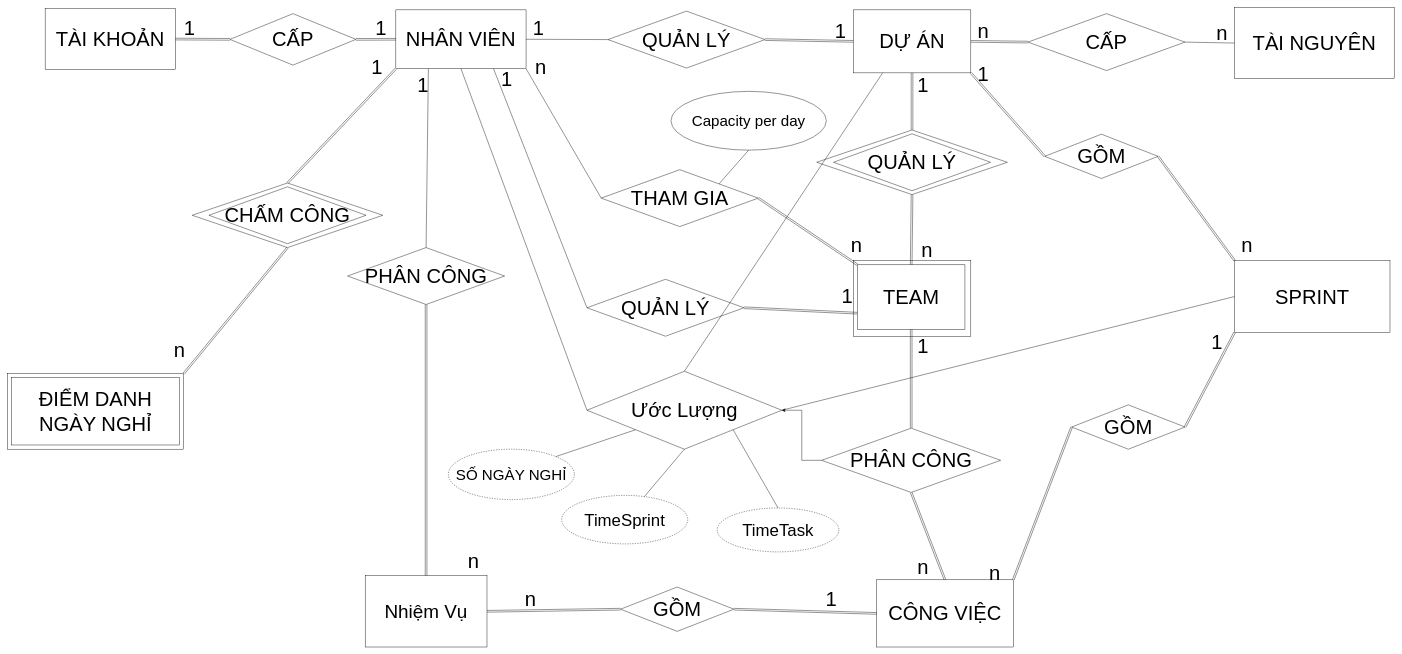
This is page "Mối Kết Hợp" (1 of 2) of model/Relation_ERD.drawio from Narius2030/Project-Management-App, a draw.io file, before an edit. Source tidied: cells renumbered, new cells numbered last; positions are measured from the earlier drawing's top-left corner, leaving out a move shared by most shapes. Both pictures are drawn from the tidied source at 42%, with x=0, y=0 at pixel (7, 7).
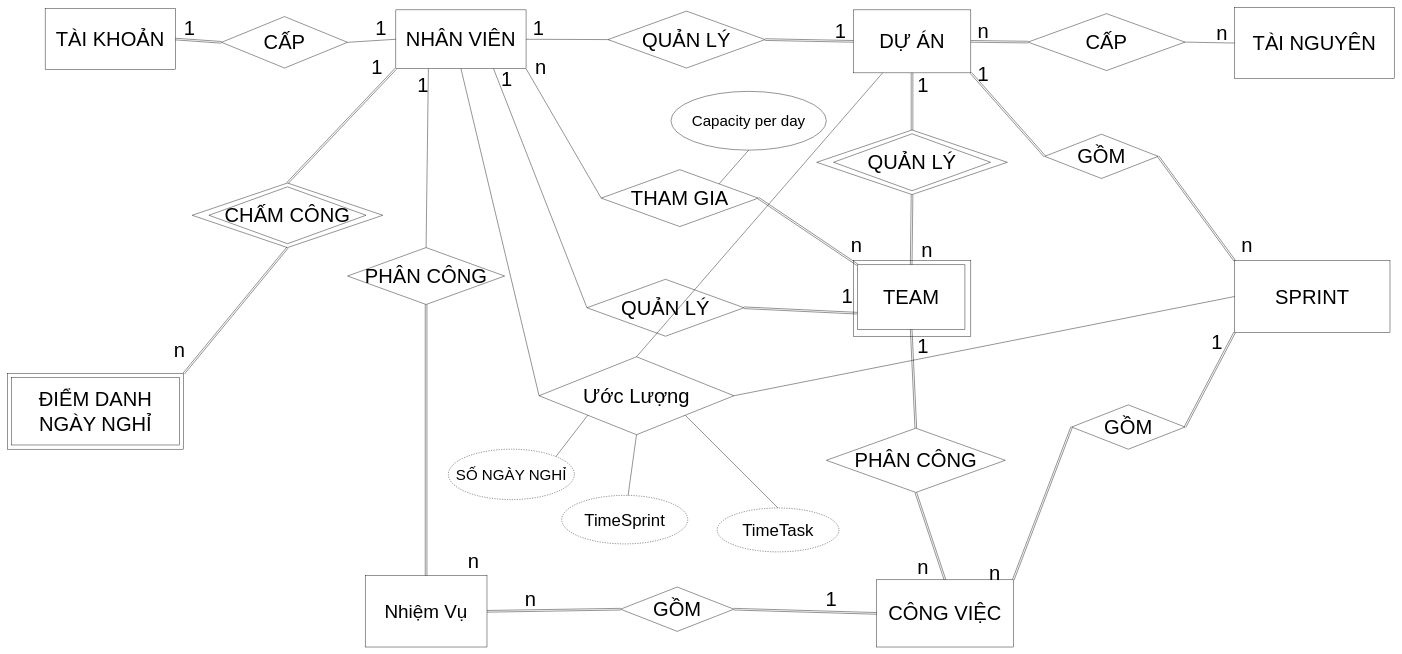
The same page after the edit.

The change refers to these unchanged cells:
```xml
<mxCell id="3" value="&lt;font style=&quot;font-size: 48px;&quot;&gt;NHÂN VIÊN&lt;/font&gt;" style="rounded=0;whiteSpace=wrap;html=1;" parent="1" vertex="1">
  <mxGeometry x="925" y="6" width="310" height="140" as="geometry" />
</mxCell>
```

Diff of the diagram source:
```diff
@@
     <mxCell id="11" value="&lt;font style=&quot;font-size: 48px;&quot;&gt;CẤP&lt;/font&gt;" style="rhombus;whiteSpace=wrap;html=1;" parent="1" vertex="1">
-      <mxGeometry x="530" y="15" width="300" height="122.5" as="geometry" />
+      <mxGeometry x="510" y="22" width="300" height="122.5" as="geometry" />
     </mxCell>
@@
-    <mxCell id="15" style="shape=link;html=1;rounded=0;exitX=1;exitY=0.5;exitDx=0;exitDy=0;entryX=0;entryY=0.5;entryDx=0;entryDy=0;" parent="1" edge="1" source="11" target="3">
-      <mxGeometry relative="1" as="geometry" />
-    </mxCell>
@@
-    <mxCell id="44" style="edgeStyle=orthogonalEdgeStyle;rounded=0;jettySize=auto;html=1;fontSize=40;" parent="1" edge="1" source="45" target="82">
-      <mxGeometry relative="1" as="geometry" />
-    </mxCell>
     <mxCell id="45" value="&lt;span style=&quot;font-size: 48px;&quot;&gt;PHÂN CÔNG&lt;/span&gt;" style="rhombus;whiteSpace=wrap;html=1;" parent="1" vertex="1">
-      <mxGeometry x="1939" y="1002" width="426" height="153" as="geometry" />
+      <mxGeometry x="1950" y="1002" width="426" height="153" as="geometry" />
     </mxCell>
@@
     <mxCell id="82" value="&lt;span style=&quot;font-size: 48px;&quot;&gt;Ước Lượng&lt;/span&gt;" style="rhombus;whiteSpace=wrap;html=1;" parent="1" vertex="1">
-      <mxGeometry x="1380" y="866.5" width="464" height="185.5" as="geometry" />
+      <mxGeometry x="1266" y="832" width="464" height="185.5" as="geometry" />
     </mxCell>
@@
+    <mxCell id="15" style="endArrow=none;html=1;rounded=0;entryX=0;entryY=0.5;entryDx=0;entryDy=0;exitX=1;exitY=0.5;exitDx=0;exitDy=0;" parent="1" edge="1" source="11" target="3">
+      <mxGeometry relative="1" as="geometry" />
+    </mxCell>
```
